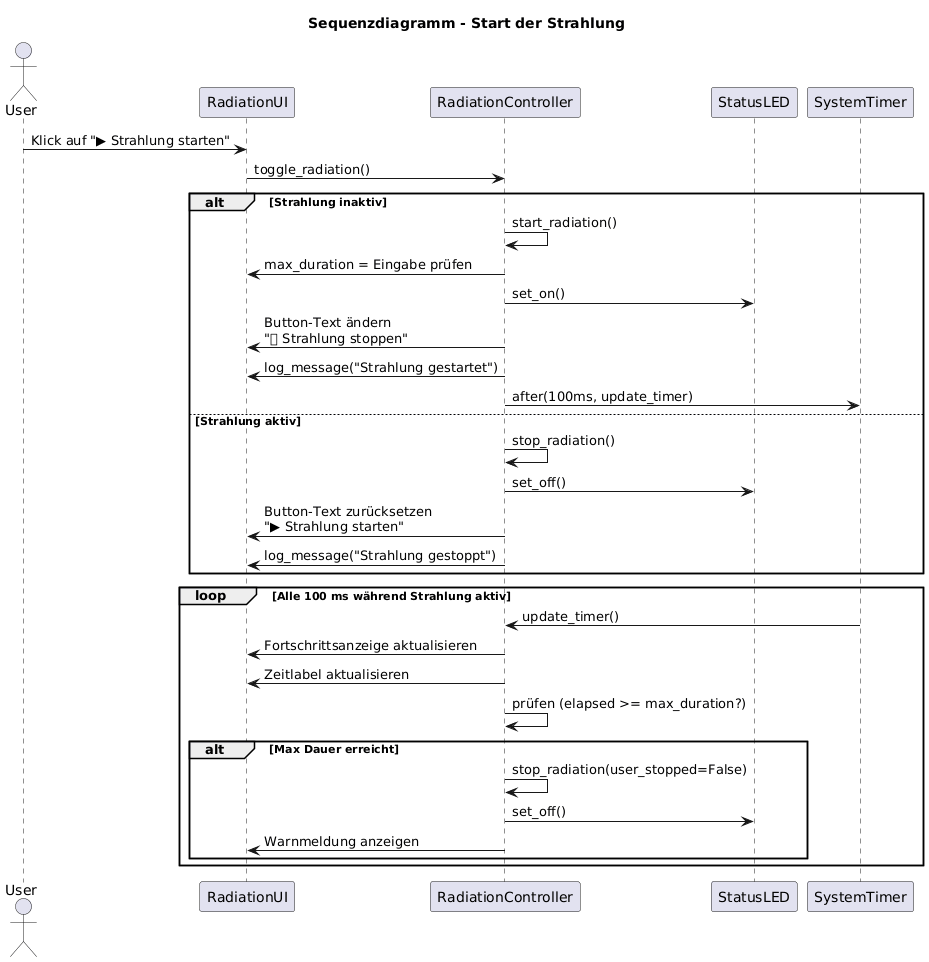
The PlantUML diagram docs/Sprint1/images/Sequenzdiagramm.png in Lxon2411/Software-Engineering-Roentengeraet, before a commit.
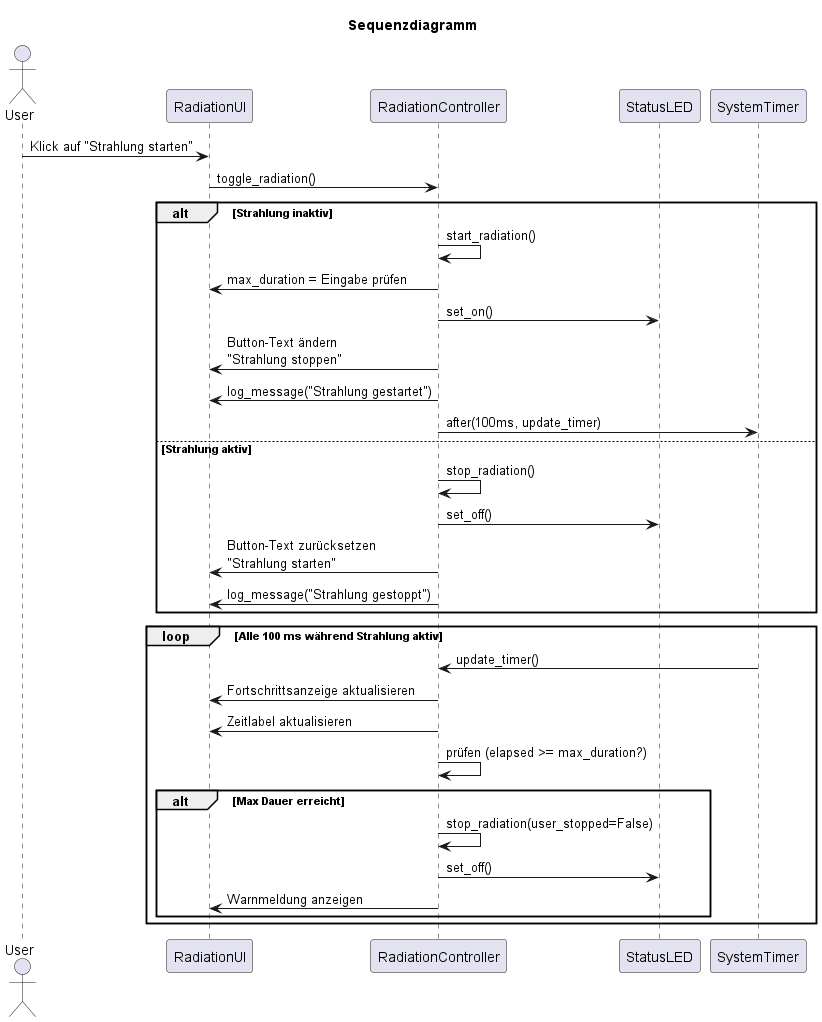
The same file after the commit.

Change to the diagram source:
```diff
@@ -1,5 +1,5 @@
 @startuml
-title Sequenzdiagramm - Start der Strahlung
+title Sequenzdiagramm
 
 actor User
 participant "RadiationUI" as UI
@@ -7,20 +7,20 @@
 participant "StatusLED" as LED
 participant "SystemTimer" as Timer
 
-User -> UI : Klick auf "▶ Strahlung starten"
+User -> UI : Klick auf "Strahlung starten"
 UI -> Ctrl : toggle_radiation()
 
 alt Strahlung inaktiv
     Ctrl -> Ctrl : start_radiation()
     Ctrl -> UI : max_duration = Eingabe prüfen
     Ctrl -> LED : set_on()
-    Ctrl -> UI : Button-Text ändern\n"🛑 Strahlung stoppen"
+    Ctrl -> UI : Button-Text ändern\n"Strahlung stoppen"
     Ctrl -> UI : log_message("Strahlung gestartet")
     Ctrl -> Timer : after(100ms, update_timer)
 else Strahlung aktiv
     Ctrl -> Ctrl : stop_radiation()
     Ctrl -> LED : set_off()
-    Ctrl -> UI : Button-Text zurücksetzen\n"▶ Strahlung starten"
+    Ctrl -> UI : Button-Text zurücksetzen\n"Strahlung starten"
     Ctrl -> UI : log_message("Strahlung gestoppt")
 end
 
@@ -35,4 +35,5 @@
         Ctrl -> UI : Warnmeldung anzeigen
     end
 end
+
 @enduml
```
